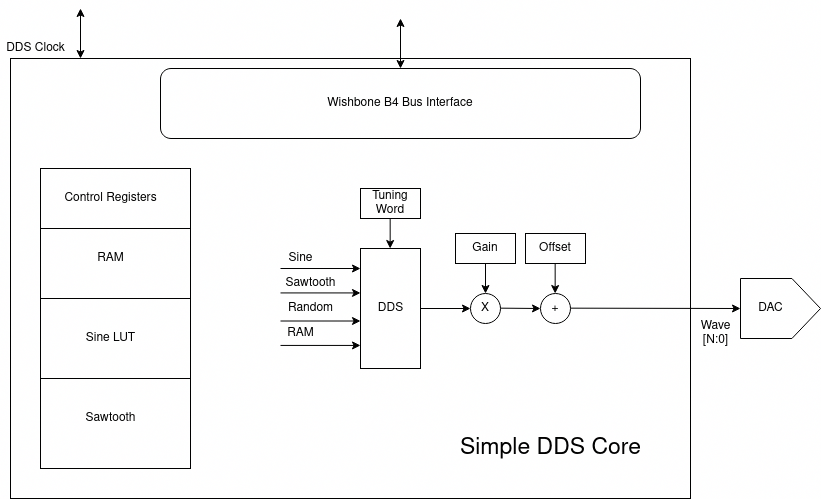
Earlier version of the draw.io export doc/src/simple_dds.png (PatrickCPE/simple_dds). Source tidied: cells renumbered, new cells last; positions are measured from the earlier drawing's top-left corner, leaving out a move shared by most shapes.
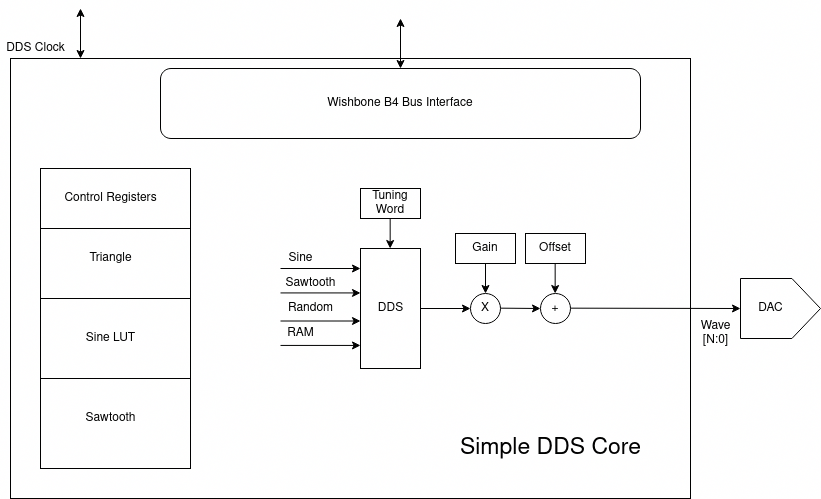
After the commit.

What changed in the source:
```diff
@@ -40,8 +40,8 @@
     <mxCell id="12" value="Control Registers" style="text;html=1;align=center;verticalAlign=middle;strokeColor=none;fillColor=none;" parent="1" vertex="1">
       <mxGeometry x="55" y="180" width="110" height="20" as="geometry" />
     </mxCell>
-    <mxCell id="13" value="RAM" style="text;html=1;align=center;verticalAlign=middle;strokeColor=none;fillColor=none;" parent="1" vertex="1">
-      <mxGeometry x="90" y="240" width="40" height="20" as="geometry" />
+    <mxCell id="13" value="Triangle" style="text;html=1;align=center;verticalAlign=middle;strokeColor=none;fillColor=none;" parent="1" vertex="1">
+      <mxGeometry x="75" y="235" width="70" height="30" as="geometry" />
     </mxCell>
     <mxCell id="14" value="X" style="ellipse;whiteSpace=wrap;html=1;" parent="1" vertex="1">
       <mxGeometry x="470" y="285" width="30" height="30" as="geometry" />
```
